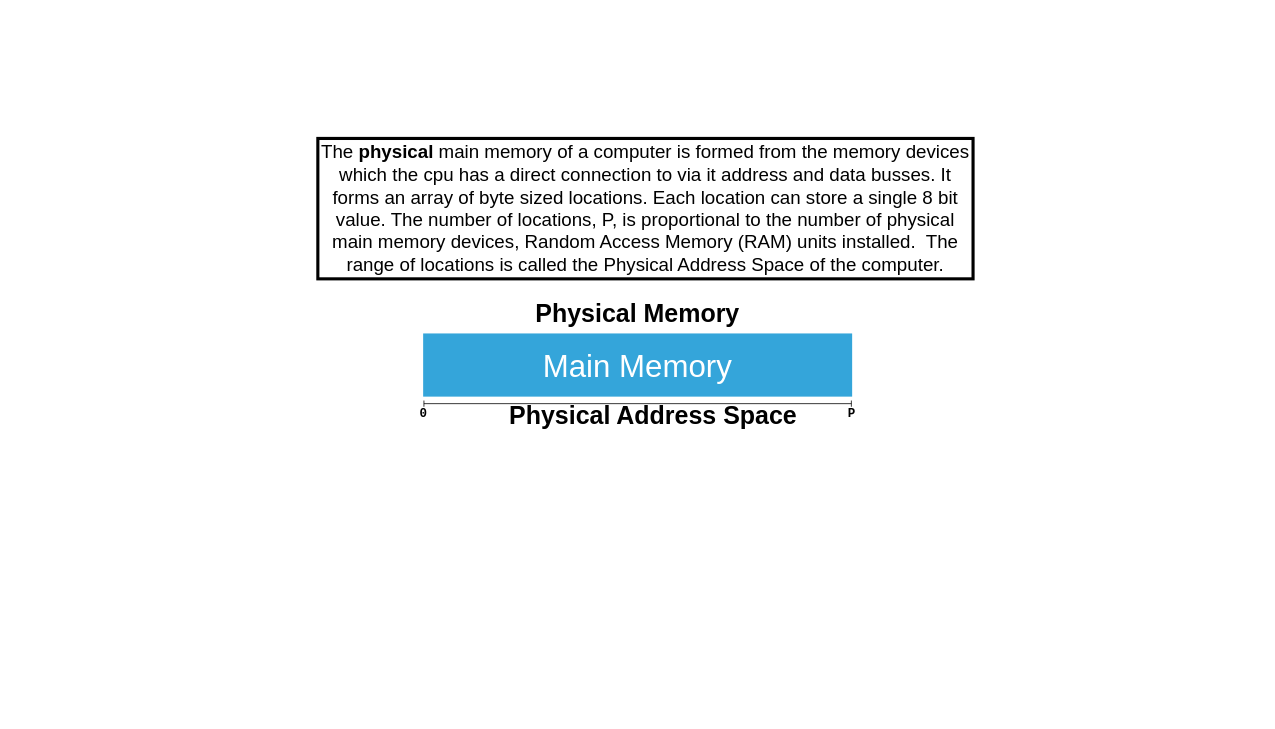
The draw.io diagram page "PhysMem-002" (2 of 9) of underthecovers/images/src/VMM.drawio in jappavoo/UndertheCovers, before the edit. Source tidied: cells renumbered, new cells numbered last; positions are measured from the earlier drawing's top-left corner, leaving out a move shared by most shapes. Both pictures are drawn from the tidied source at 78%, with x=0, y=0 at pixel (317, 138).
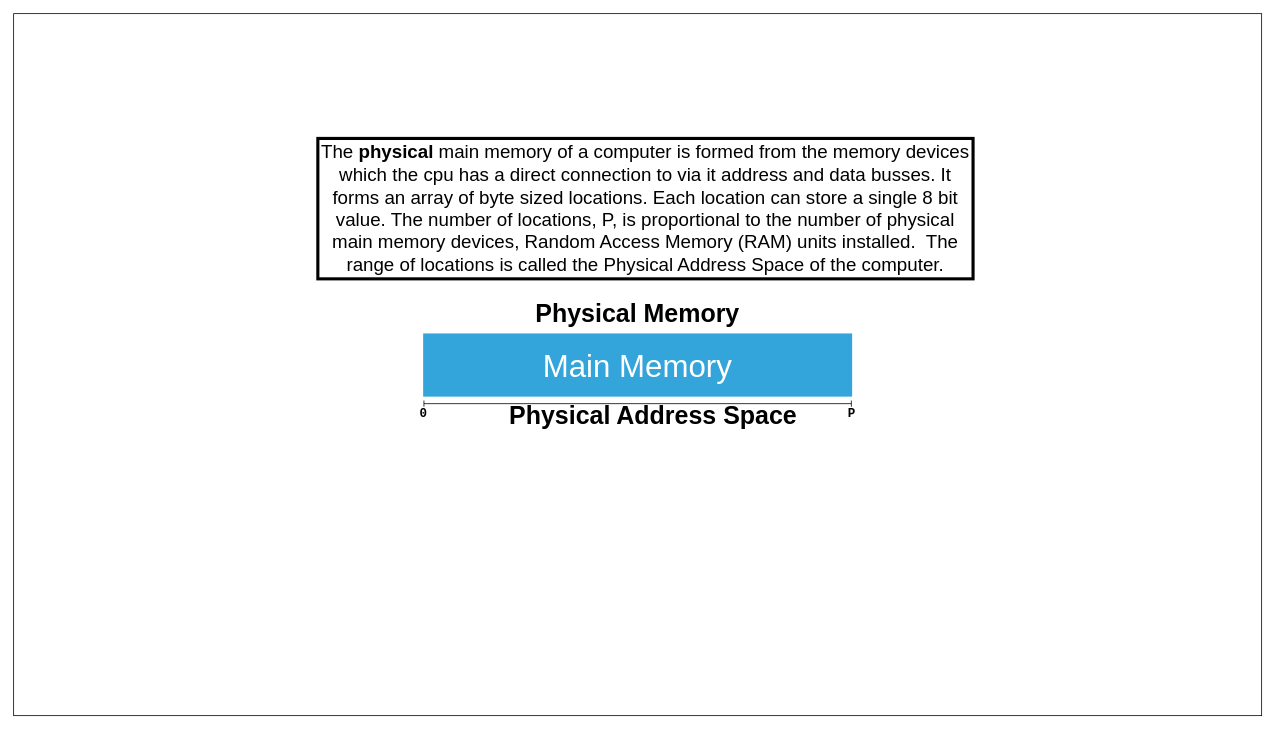
Above is the later version.

Diff of the diagram source:
```diff
@@
 <mxGraphModel>
   <root>
     <mxCell id="0" />
     <mxCell id="1" parent="0" />
+    <mxCell id="9" style="rounded=0;whiteSpace=wrap;html=1;fontSize=20;fillColor=default;" parent="1" vertex="1">
+      <mxGeometry x="-390" y="-160" width="1600" height="900" as="geometry" />
+    </mxCell>
     <mxCell id="2" value="Main Memory" style="rounded=0;whiteSpace=wrap;html=1;fontSize=40;fontColor=#FFFFFF;strokeWidth=3;fillColor=#34A5DA;strokeColor=none;" parent="1" vertex="1">
       <mxGeometry x="135" y="250" width="550" height="81" as="geometry" />
     </mxCell>
     <mxCell id="3" value="&lt;span style=&quot;font-size: 24px;&quot;&gt;The &lt;b&gt;physical&lt;/b&gt; main memory of a computer is formed from the memory devices which the cpu has a direct connection to via it address and data busses. It forms an array of byte sized locations. Each location can store a single 8 bit value. The number of locations, P, is proportional to the number of physical main memory devices, Random Access Memory (RAM) units installed.&amp;nbsp; The range of locations is called the Physical Address Space of the computer.&lt;/span&gt;" style="rounded=0;whiteSpace=wrap;html=1;strokeWidth=4;fontSize=24;" parent="1" vertex="1">
       <mxGeometry width="840" height="180" as="geometry" />
     </mxCell>
     <mxCell id="4" value="Physical Memory" style="text;html=1;strokeColor=none;fillColor=none;align=center;verticalAlign=middle;whiteSpace=wrap;rounded=0;strokeWidth=4;fontSize=32;fontStyle=1;" parent="1" vertex="1">
       <mxGeometry x="270" y="210" width="280" height="30" as="geometry" />
     </mxCell>
     <mxCell id="5" value="Physical Address Space" style="text;html=1;strokeColor=none;fillColor=none;align=center;verticalAlign=middle;whiteSpace=wrap;rounded=0;strokeWidth=4;fontSize=32;fontStyle=1;" parent="1" vertex="1">
       <mxGeometry x="225" y="341" width="410" height="30" as="geometry" />
     </mxCell>
     <mxCell id="6" style="endArrow=baseDash;startArrow=baseDash;html=1;rounded=0;fontSize=32;startFill=0;endFill=0;" parent="1" edge="1">
       <mxGeometry relative="1" as="geometry">
         <mxPoint x="136" y="340" as="sourcePoint" />
         <mxPoint x="684" y="340" as="targetPoint" />
       </mxGeometry>
     </mxCell>
     <mxCell id="7" value="&lt;span style=&quot;font-size: 16px;&quot;&gt;0&lt;/span&gt;" style="text;html=1;align=center;verticalAlign=middle;fillColor=none;strokeColor=none;rounded=0;fontSize=24;fontFamily=Courier New;fontStyle=1;" parent="1" vertex="1">
       <mxGeometry x="120" y="331" width="30" height="40" as="geometry" />
     </mxCell>
     <mxCell id="8" value="&lt;span style=&quot;font-size: 16px;&quot;&gt;P&lt;/span&gt;" style="text;html=1;align=center;verticalAlign=middle;fillColor=none;strokeColor=none;rounded=0;fontSize=24;fontFamily=Courier New;fontStyle=1;" parent="1" vertex="1">
       <mxGeometry x="669" y="331" width="30" height="40" as="geometry" />
     </mxCell>
   </root>
 </mxGraphModel>
```
